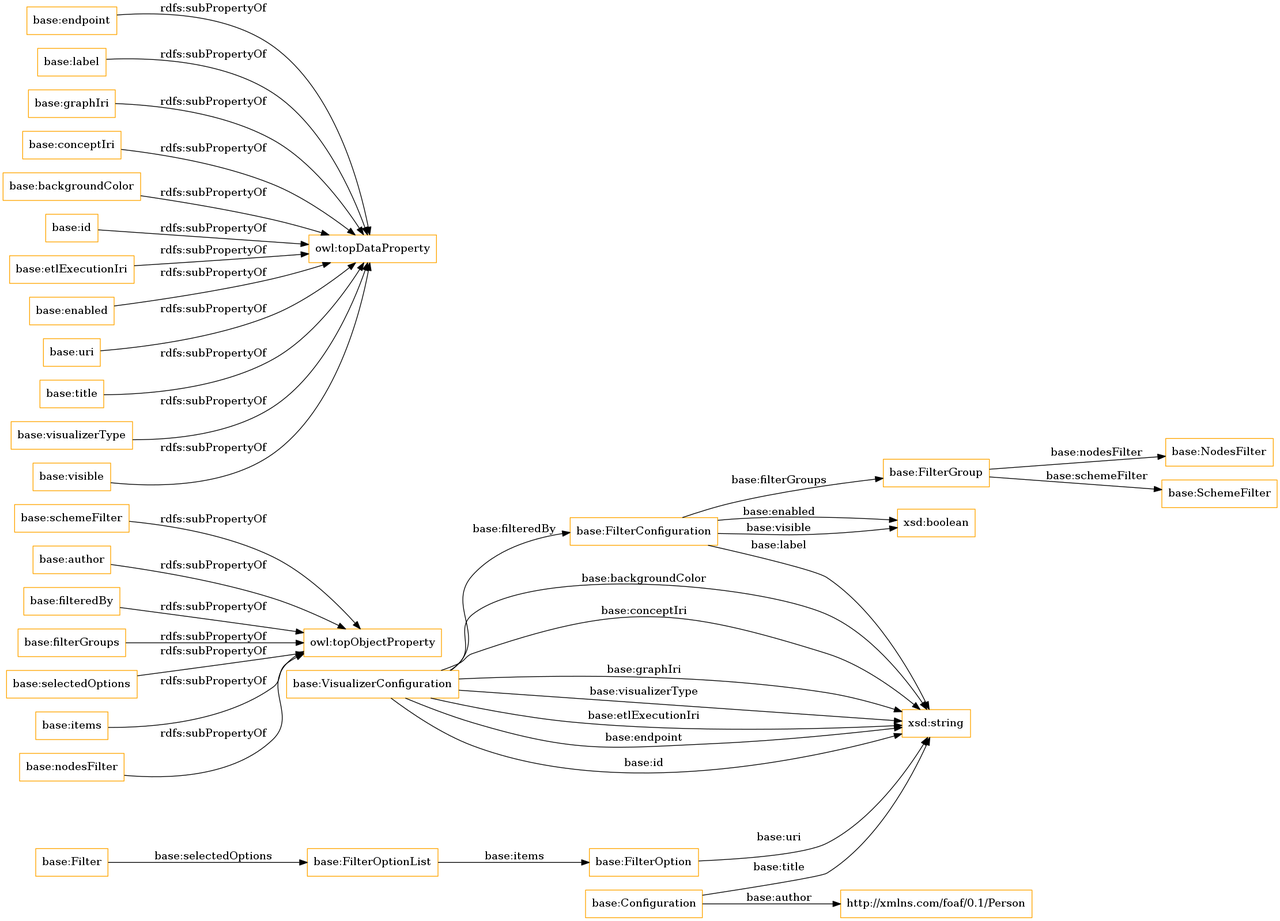
OnToologyUser/linkedpipes_applications_ontology keeps this Graphviz diagram as OnToology/lpapps.owl/diagrams/ar2dtool-class/lpapps.owl.png. Above is the earlier version. Its source is kept beside it as OnToology/lpapps.owl/diagrams/ar2dtool-class/lpapps.owl.png.dot.
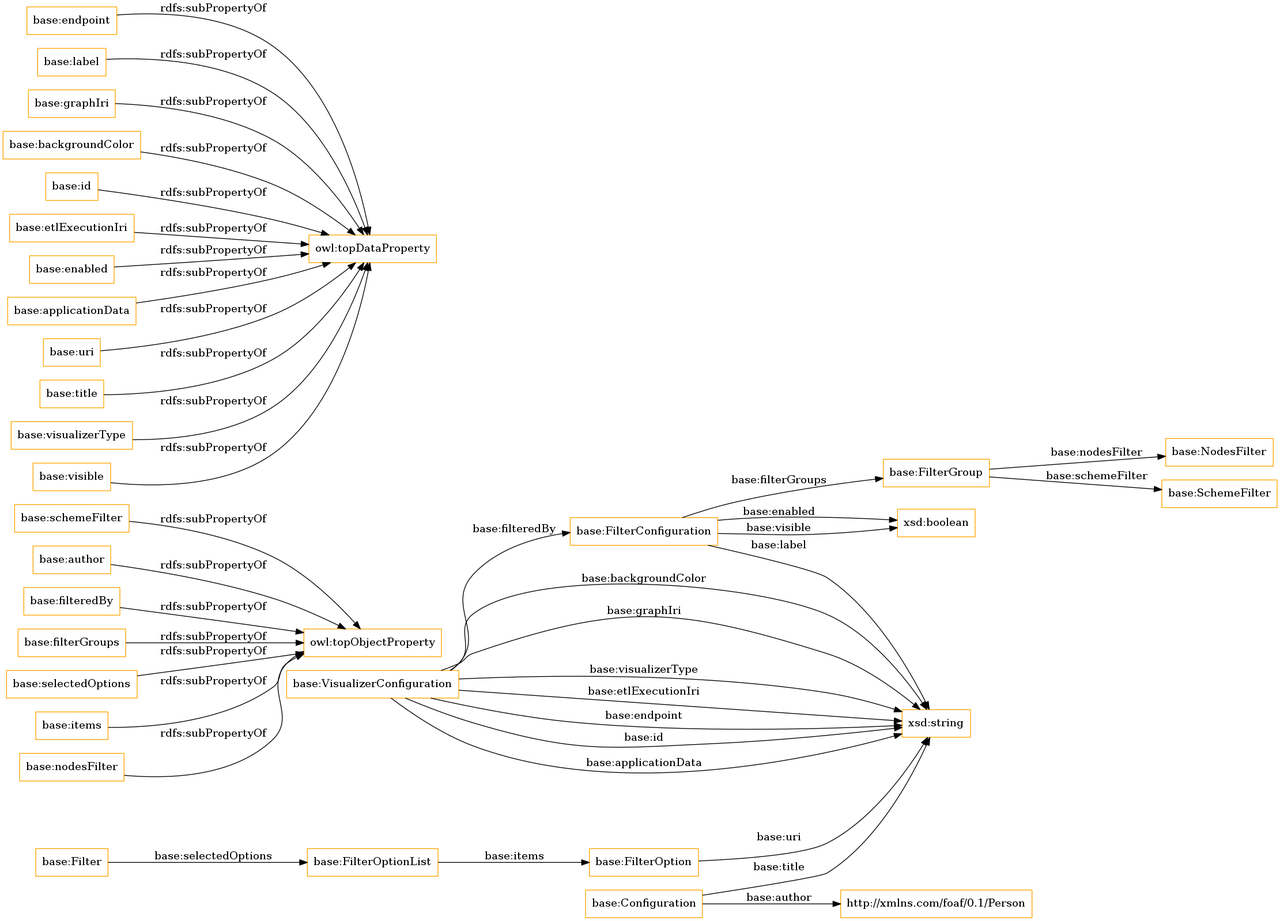
The same file after the commit.

The edit, as a diff of the source:
```diff
@@ -7,7 +7,6 @@
 	"base:endpoint" -> "owl:topDataProperty" [ label = "rdfs:subPropertyOf" ];
 	"base:label" -> "owl:topDataProperty" [ label = "rdfs:subPropertyOf" ];
 	"base:graphIri" -> "owl:topDataProperty" [ label = "rdfs:subPropertyOf" ];
-	"base:conceptIri" -> "owl:topDataProperty" [ label = "rdfs:subPropertyOf" ];
 	"base:filteredBy" -> "owl:topObjectProperty" [ label = "rdfs:subPropertyOf" ];
 	"base:filterGroups" -> "owl:topObjectProperty" [ label = "rdfs:subPropertyOf" ];
 	"base:selectedOptions" -> "owl:topObjectProperty" [ label = "rdfs:subPropertyOf" ];
@@ -16,8 +15,9 @@
 	"base:etlExecutionIri" -> "owl:topDataProperty" [ label = "rdfs:subPropertyOf" ];
 	"base:items" -> "owl:topObjectProperty" [ label = "rdfs:subPropertyOf" ];
 	"base:enabled" -> "owl:topDataProperty" [ label = "rdfs:subPropertyOf" ];
+	"base:applicationData" -> "owl:topDataProperty" [ label = "rdfs:subPropertyOf" ];
+	"base:nodesFilter" -> "owl:topObjectProperty" [ label = "rdfs:subPropertyOf" ];
 	"base:uri" -> "owl:topDataProperty" [ label = "rdfs:subPropertyOf" ];
-	"base:nodesFilter" -> "owl:topObjectProperty" [ label = "rdfs:subPropertyOf" ];
 	"base:title" -> "owl:topDataProperty" [ label = "rdfs:subPropertyOf" ];
 	"base:visualizerType" -> "owl:topDataProperty" [ label = "rdfs:subPropertyOf" ];
 	"base:visible" -> "owl:topDataProperty" [ label = "rdfs:subPropertyOf" ];
@@ -27,7 +27,6 @@
 	"base:Configuration" -> "xsd:string" [ label = "base:title" ];
 	"base:FilterOptionList" -> "base:FilterOption" [ label = "base:items" ];
 	"base:FilterConfiguration" -> "base:FilterGroup" [ label = "base:filterGroups" ];
-	"base:VisualizerConfiguration" -> "xsd:string" [ label = "base:conceptIri" ];
 	"base:FilterGroup" -> "base:NodesFilter" [ label = "base:nodesFilter" ];
 	"base:FilterConfiguration" -> "xsd:boolean" [ label = "base:enabled" ];
 	"base:FilterGroup" -> "base:SchemeFilter" [ label = "base:schemeFilter" ];
@@ -38,6 +37,7 @@
 	"base:VisualizerConfiguration" -> "xsd:string" [ label = "base:endpoint" ];
 	"base:VisualizerConfiguration" -> "xsd:string" [ label = "base:id" ];
 	"base:Filter" -> "base:FilterOptionList" [ label = "base:selectedOptions" ];
+	"base:VisualizerConfiguration" -> "xsd:string" [ label = "base:applicationData" ];
 	"base:Configuration" -> "http://xmlns.com/foaf/0.1/Person" [ label = "base:author" ];
 	"base:FilterConfiguration" -> "xsd:boolean" [ label = "base:visible" ];
 
```
